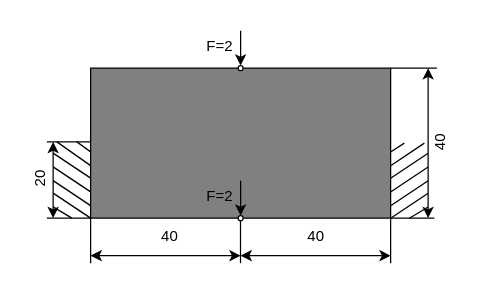
Before: drawio/bridge_2d_double_load.drawio in brighthe/hlthesis, a draw.io diagram. Source tidied: cells renumbered, new cells numbered last; positions are measured from the earlier drawing's top-left corner, leaving out a move shared by most shapes. Both pictures are drawn from the tidied source at 125%, with x=0, y=0 at pixel (15, 28).
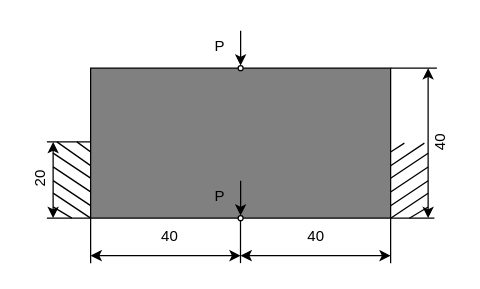
After the change.

Diff of the diagram source:
```diff
@@
-    <mxCell id="6" value="F=2" style="text;html=1;align=center;verticalAlign=middle;strokeColor=none;fillColor=none;" parent="1" vertex="1">
-      <mxGeometry x="143" y="120" width="40" height="30" as="geometry" />
+    <mxCell id="6" value="P" style="text;html=1;align=center;verticalAlign=middle;strokeColor=none;fillColor=none;" parent="1" vertex="1">
+      <mxGeometry x="148" y="120" width="30" height="30" as="geometry" />
     </mxCell>
@@
-    <mxCell id="10" value="F=2" style="text;html=1;align=center;verticalAlign=middle;strokeColor=none;fillColor=none;" parent="1" vertex="1">
-      <mxGeometry x="143" width="40" height="30" as="geometry" />
+    <mxCell id="10" value="P" style="text;html=1;align=center;verticalAlign=middle;strokeColor=none;fillColor=none;" parent="1" vertex="1">
+      <mxGeometry x="148" width="30" height="30" as="geometry" />
     </mxCell>
```
